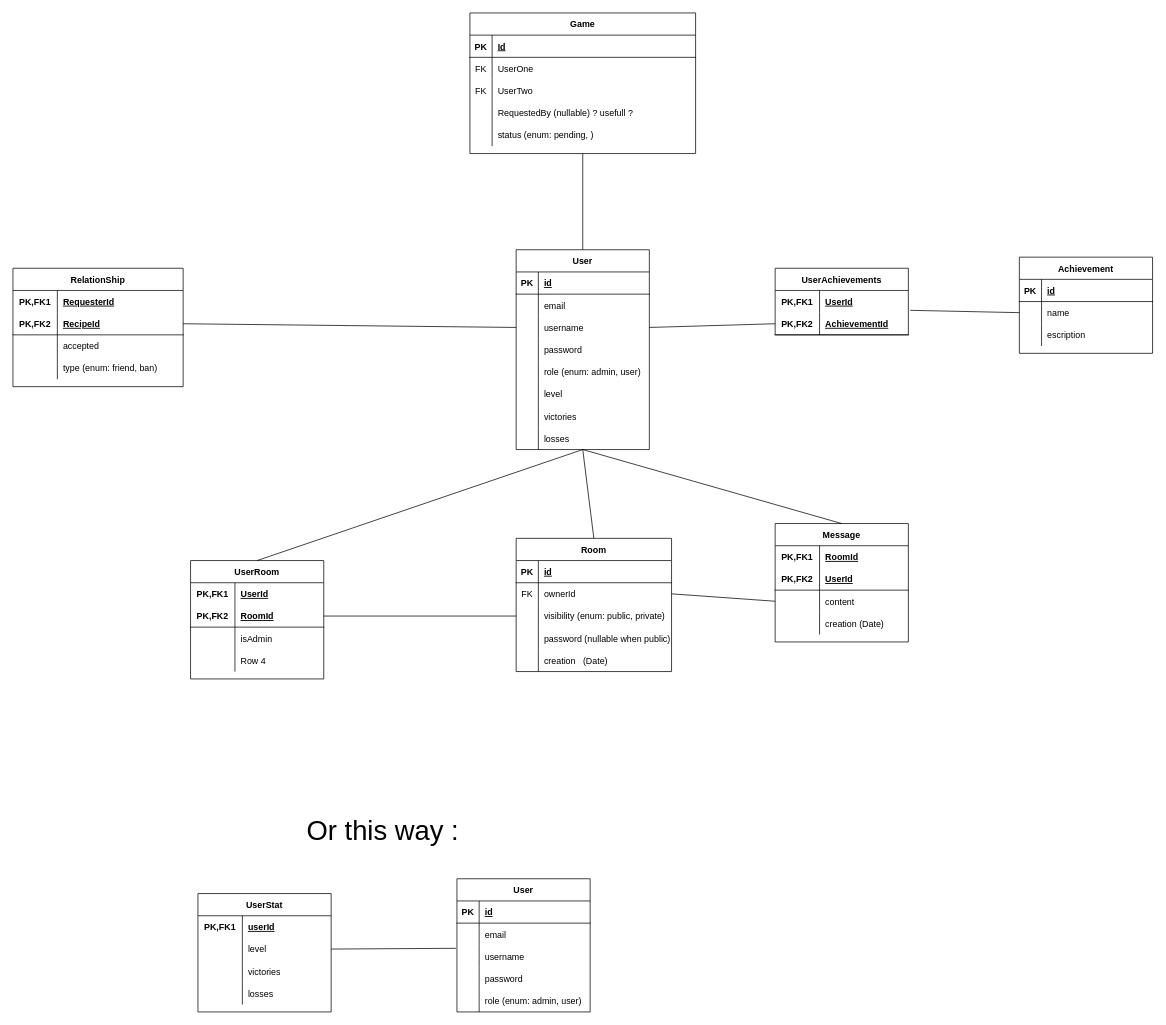
The draw.io diagram reference/schema-tables.drawio in Working-From-Home/ft_transcendence, before the edit. Source tidied: cells renumbered, new cells numbered last; positions are measured from the earlier drawing's top-left corner, leaving out a move shared by most shapes. Both pictures are drawn from the tidied source at 74%, with x=0, y=0 at pixel (13, 13).
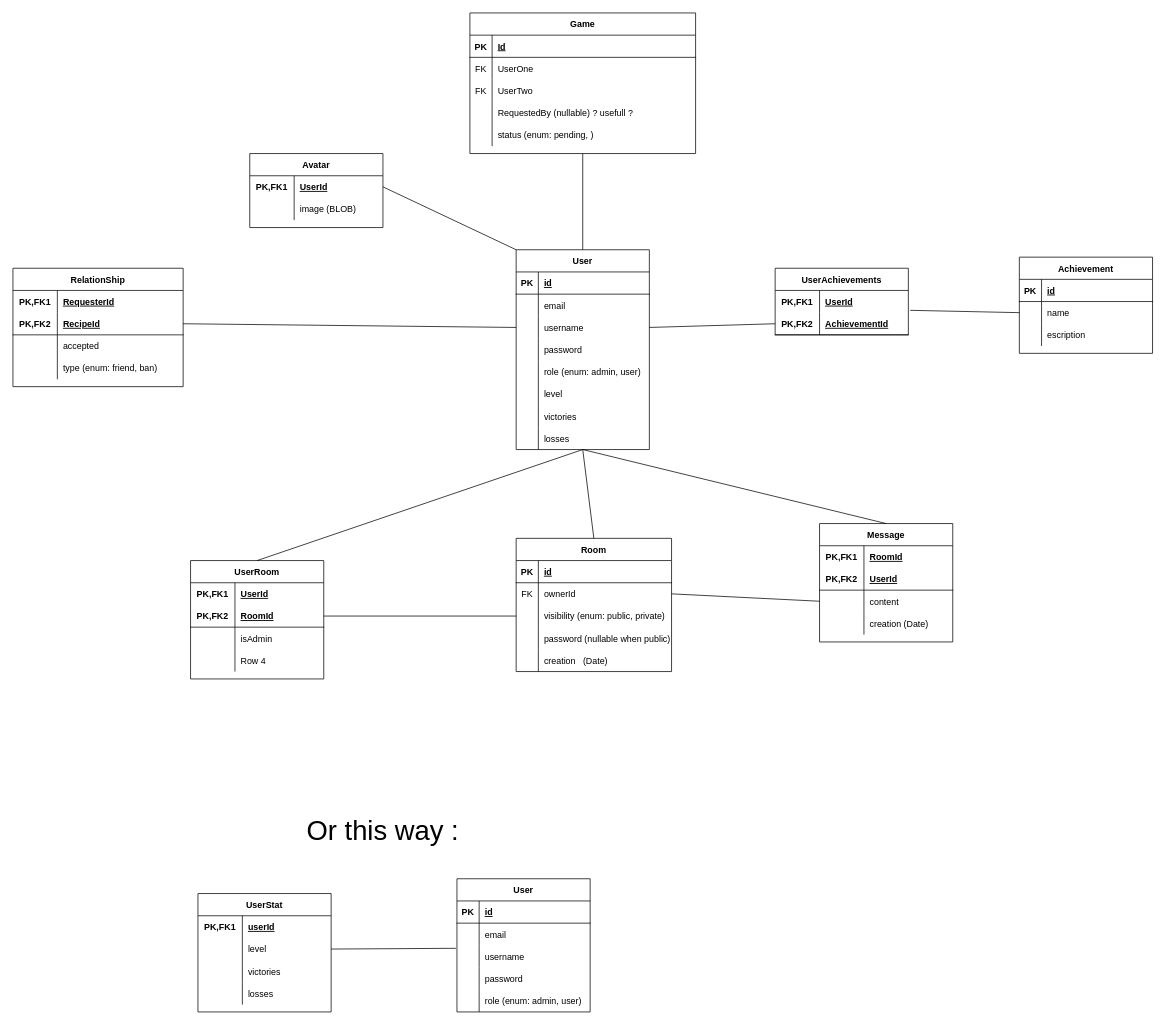
The same diagram, later.

Unchanged cells that the change refers to:
```xml
<mxCell id="2" value="User" style="shape=table;startSize=30;childLayout=tableLayout;rowLines=0;fontStyle=1;align=center;" parent="1" vertex="1">
  <mxGeometry x="680" y="320" width="180" height="270" as="geometry" />
</mxCell>
```

Change to the diagram source:
```diff
@@
     <mxCell id="109" value="Message" style="shape=table;startSize=30;childLayout=tableLayout;rowLines=0;fontStyle=1;align=center;" parent="1" vertex="1">
-      <mxGeometry x="1030" y="690" width="180" height="160" as="geometry" />
+      <mxGeometry x="1090" y="690" width="180" height="160" as="geometry" />
     </mxCell>
@@
+    <mxCell id="155" value="Avatar" style="shape=table;startSize=30;childLayout=tableLayout;rowLines=0;fontStyle=1;align=center;" parent="1" vertex="1">
+      <mxGeometry x="320" y="190" width="180" height="100" as="geometry" />
+    </mxCell>
+    <mxCell id="156" style="shape=partialRectangle;fillColor=none;top=0;left=0;bottom=0;right=0;points=[[0,0.5],[1,0.5]];portConstraint=eastwest;" parent="155" vertex="1">
+      <mxGeometry y="30" width="180" height="30" as="geometry" />
+    </mxCell>
+    <mxCell id="157" value="PK,FK1" style="shape=partialRectangle;fillColor=none;top=0;left=0;bottom=0;right=0;fontStyle=1;overflow=hidden;" parent="156" vertex="1">
+      <mxGeometry width="60" height="30" as="geometry" />
+    </mxCell>
+    <mxCell id="158" value="UserId" style="shape=partialRectangle;fillColor=none;top=0;left=0;bottom=0;right=0;align=left;spacingLeft=6;fontStyle=5;overflow=hidden;" parent="156" vertex="1">
+      <mxGeometry x="60" width="120" height="30" as="geometry" />
+    </mxCell>
+    <mxCell id="159" style="shape=partialRectangle;fillColor=none;top=0;left=0;bottom=0;right=0;" parent="155" vertex="1">
+      <mxGeometry y="60" width="180" height="30" as="geometry" />
+    </mxCell>
+    <mxCell id="160" style="shape=partialRectangle;fillColor=none;top=0;left=0;bottom=0;right=0;overflow=hidden;" parent="159" vertex="1">
+      <mxGeometry width="60" height="30" as="geometry" />
+    </mxCell>
+    <mxCell id="161" value="image (BLOB)" style="shape=partialRectangle;fillColor=none;top=0;left=0;bottom=0;right=0;align=left;spacingLeft=6;overflow=hidden;" parent="159" vertex="1">
+      <mxGeometry x="60" width="120" height="30" as="geometry" />
+    </mxCell>
+    <mxCell id="162" style="endArrow=none;html=1;rounded=0;exitX=1;exitY=0.5;exitDx=0;exitDy=0;entryX=0;entryY=0;entryDx=0;entryDy=0;" parent="1" edge="1" source="156" target="2">
+      <mxGeometry relative="1" as="geometry" />
+    </mxCell>
```
